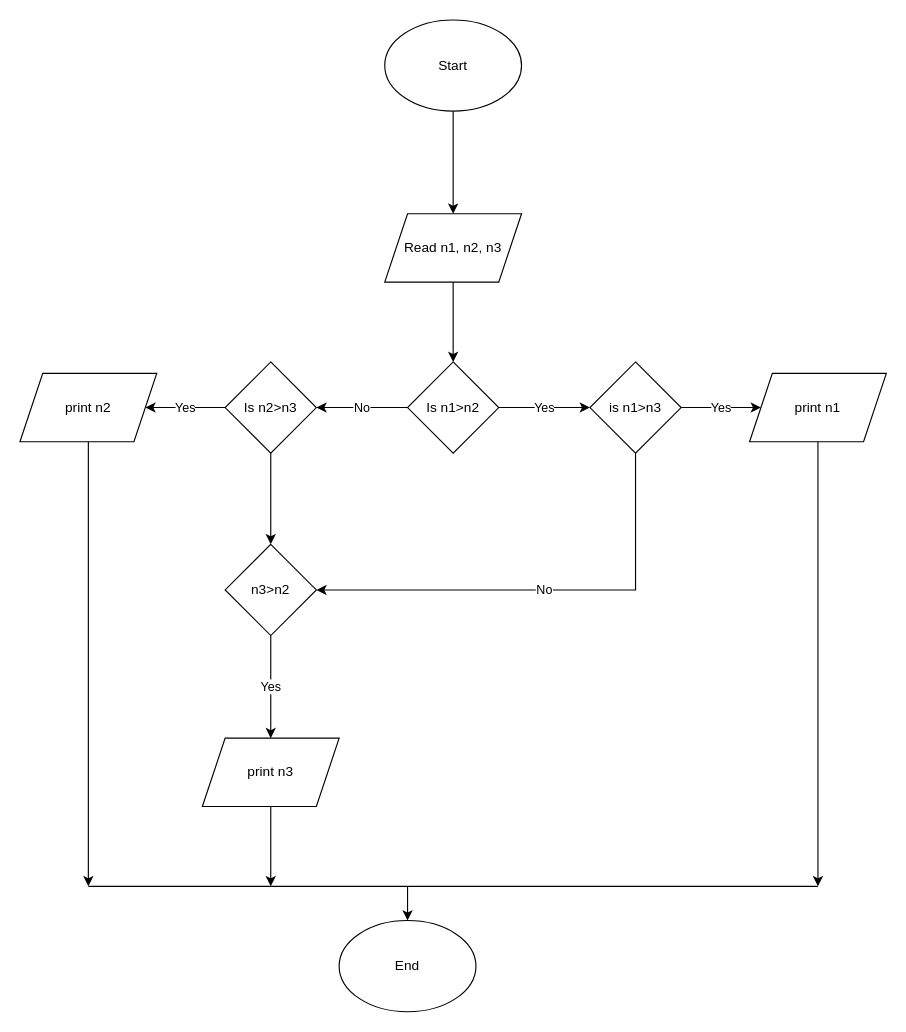
Before: Untitled Diagram.drawio in Ali-Haider8/JavaBasicExamples, a draw.io diagram. Source tidied: cells renumbered, new cells numbered last; positions are measured from the earlier drawing's top-left corner, leaving out a move shared by most shapes. Both pictures are drawn from the tidied source at 114%, with x=0, y=0 at pixel (19, 19).
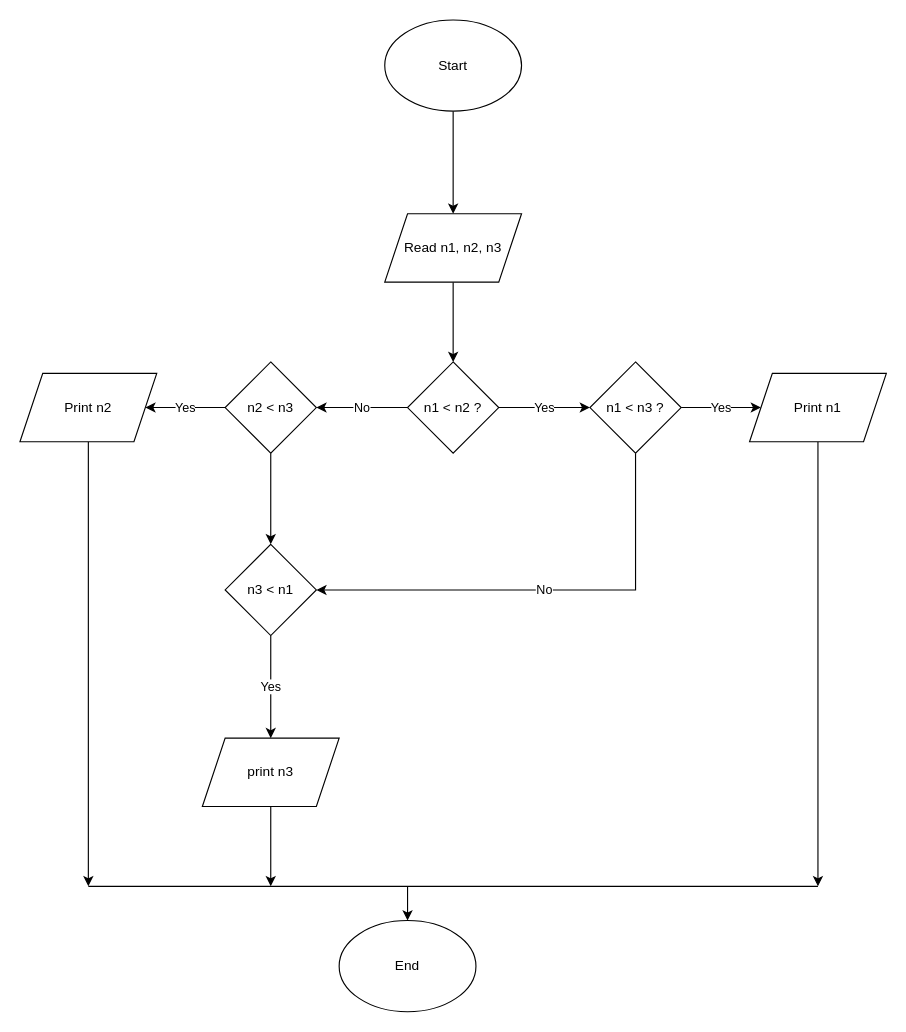
After the change.

Diff of the diagram source:
```diff
@@
-    <mxCell id="8" value="Is n1&amp;gt;n2" style="rhombus;whiteSpace=wrap;html=1;" parent="1" vertex="1">
+    <mxCell id="8" value="n1 &amp;lt; n2 ?" style="rhombus;whiteSpace=wrap;html=1;" parent="1" vertex="1">
       <mxGeometry x="340" y="300" width="80" height="80" as="geometry" />
     </mxCell>
@@
-    <mxCell id="11" value="is n1&amp;gt;n3" style="rhombus;whiteSpace=wrap;html=1;" parent="1" vertex="1">
+    <mxCell id="11" value="n1 &amp;lt; n3 ?" style="rhombus;whiteSpace=wrap;html=1;" parent="1" vertex="1">
       <mxGeometry x="500" y="300" width="80" height="80" as="geometry" />
     </mxCell>
@@
-    <mxCell id="13" value="print n1" style="shape=parallelogram;perimeter=parallelogramPerimeter;whiteSpace=wrap;html=1;fixedSize=1;" parent="1" vertex="1">
+    <mxCell id="13" value="Print n1" style="shape=parallelogram;perimeter=parallelogramPerimeter;whiteSpace=wrap;html=1;fixedSize=1;" parent="1" vertex="1">
       <mxGeometry x="640" y="310" width="120" height="60" as="geometry" />
     </mxCell>
@@
-    <mxCell id="16" value="Is n2&amp;gt;n3" style="rhombus;whiteSpace=wrap;html=1;" parent="1" vertex="1">
+    <mxCell id="16" value="n2 &amp;lt; n3" style="rhombus;whiteSpace=wrap;html=1;" parent="1" vertex="1">
       <mxGeometry x="180" y="300" width="80" height="80" as="geometry" />
     </mxCell>
@@
-    <mxCell id="18" value="print n2" style="shape=parallelogram;perimeter=parallelogramPerimeter;whiteSpace=wrap;html=1;fixedSize=1;" parent="1" vertex="1">
+    <mxCell id="18" value="Print n2" style="shape=parallelogram;perimeter=parallelogramPerimeter;whiteSpace=wrap;html=1;fixedSize=1;" parent="1" vertex="1">
       <mxGeometry y="310" width="120" height="60" as="geometry" />
     </mxCell>
@@
-    <mxCell id="20" value="n3&amp;gt;n2" style="rhombus;whiteSpace=wrap;html=1;" parent="1" vertex="1">
+    <mxCell id="20" value="n3 &amp;lt; n1" style="rhombus;whiteSpace=wrap;html=1;" parent="1" vertex="1">
       <mxGeometry x="180" y="460" width="80" height="80" as="geometry" />
     </mxCell>
```
